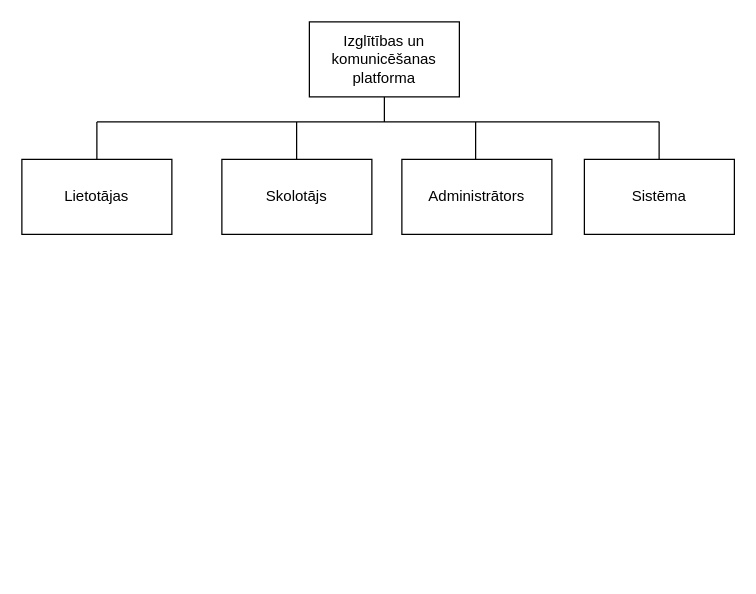
Above: Sistemas_strukturas_modelis.drawio in MaksimsVisockis01/diploms (draw.io), before the change. Source tidied: cells renumbered, new cells numbered last; positions are measured from the earlier drawing's top-left corner, leaving out a move shared by most shapes. Both pictures are drawn from the tidied source at 125%, with x=0, y=0 at pixel (21, 21).
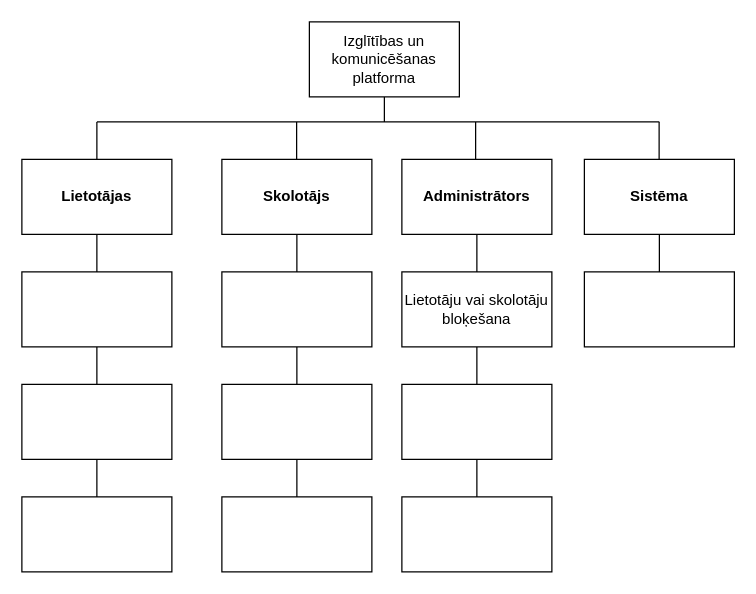
The same diagram, later.

The edit, as a diff of the source:
```diff
@@
-    <mxCell id="3" value="Lietotājas" style="rounded=0;whiteSpace=wrap;html=1;" parent="1" vertex="1">
+    <mxCell id="3" value="&lt;b&gt;Lietotājas&lt;/b&gt;" style="rounded=0;whiteSpace=wrap;html=1;" parent="1" vertex="1">
       <mxGeometry y="110" width="120" height="60" as="geometry" />
     </mxCell>
-    <mxCell id="4" value="Skolotājs" style="rounded=0;whiteSpace=wrap;html=1;" parent="1" vertex="1">
+    <mxCell id="4" value="&lt;b&gt;Skolotājs&lt;/b&gt;" style="rounded=0;whiteSpace=wrap;html=1;" parent="1" vertex="1">
       <mxGeometry x="160" y="110" width="120" height="60" as="geometry" />
     </mxCell>
-    <mxCell id="5" value="Administrātors" style="rounded=0;whiteSpace=wrap;html=1;" parent="1" vertex="1">
+    <mxCell id="5" value="&lt;b&gt;Administrātors&lt;/b&gt;" style="rounded=0;whiteSpace=wrap;html=1;" parent="1" vertex="1">
       <mxGeometry x="304" y="110" width="120" height="60" as="geometry" />
     </mxCell>
@@
-    <mxCell id="7" value="Sistēma" style="rounded=0;whiteSpace=wrap;html=1;" parent="1" vertex="1">
+    <mxCell id="7" value="&lt;b&gt;Sistēma&lt;/b&gt;" style="rounded=0;whiteSpace=wrap;html=1;" parent="1" vertex="1">
       <mxGeometry x="450" y="110" width="120" height="60" as="geometry" />
     </mxCell>
@@
+    <mxCell id="13" style="rounded=0;whiteSpace=wrap;html=1;" parent="1" vertex="1">
+      <mxGeometry y="200" width="120" height="60" as="geometry" />
+    </mxCell>
+    <mxCell id="14" style="endArrow=none;html=1;rounded=0;exitX=0.5;exitY=0;exitDx=0;exitDy=0;" parent="1" edge="1" source="13">
+      <mxGeometry relative="1" as="geometry">
+        <mxPoint x="60" y="170" as="targetPoint" />
+      </mxGeometry>
+    </mxCell>
+    <mxCell id="15" style="rounded=0;whiteSpace=wrap;html=1;" parent="1" vertex="1">
+      <mxGeometry y="290" width="120" height="60" as="geometry" />
+    </mxCell>
+    <mxCell id="16" style="endArrow=none;html=1;rounded=0;exitX=0.5;exitY=0;exitDx=0;exitDy=0;" parent="1" edge="1" source="15">
+      <mxGeometry relative="1" as="geometry">
+        <mxPoint x="60" y="260" as="targetPoint" />
+      </mxGeometry>
+    </mxCell>
+    <mxCell id="17" style="rounded=0;whiteSpace=wrap;html=1;" parent="1" vertex="1">
+      <mxGeometry y="380" width="120" height="60" as="geometry" />
+    </mxCell>
+    <mxCell id="18" style="endArrow=none;html=1;rounded=0;exitX=0.5;exitY=0;exitDx=0;exitDy=0;" parent="1" edge="1" source="17">
+      <mxGeometry relative="1" as="geometry">
+        <mxPoint x="60" y="350" as="targetPoint" />
+      </mxGeometry>
+    </mxCell>
+    <mxCell id="19" style="rounded=0;whiteSpace=wrap;html=1;" parent="1" vertex="1">
+      <mxGeometry x="160" y="200" width="120" height="60" as="geometry" />
+    </mxCell>
+    <mxCell id="20" style="endArrow=none;html=1;rounded=0;exitX=0.5;exitY=0;exitDx=0;exitDy=0;" parent="1" edge="1" source="19">
+      <mxGeometry relative="1" as="geometry">
+        <mxPoint x="220" y="170" as="targetPoint" />
+      </mxGeometry>
+    </mxCell>
+    <mxCell id="21" style="rounded=0;whiteSpace=wrap;html=1;" parent="1" vertex="1">
+      <mxGeometry x="160" y="290" width="120" height="60" as="geometry" />
+    </mxCell>
+    <mxCell id="22" style="endArrow=none;html=1;rounded=0;exitX=0.5;exitY=0;exitDx=0;exitDy=0;" parent="1" edge="1" source="21">
+      <mxGeometry relative="1" as="geometry">
+        <mxPoint x="220" y="260" as="targetPoint" />
+      </mxGeometry>
+    </mxCell>
+    <mxCell id="23" style="rounded=0;whiteSpace=wrap;html=1;" parent="1" vertex="1">
+      <mxGeometry x="160" y="380" width="120" height="60" as="geometry" />
+    </mxCell>
+    <mxCell id="24" style="endArrow=none;html=1;rounded=0;exitX=0.5;exitY=0;exitDx=0;exitDy=0;" parent="1" edge="1" source="23">
+      <mxGeometry relative="1" as="geometry">
+        <mxPoint x="220" y="350" as="targetPoint" />
+      </mxGeometry>
+    </mxCell>
+    <mxCell id="25" value="Lietotāju vai skolotāju bloķešana" style="rounded=0;whiteSpace=wrap;html=1;" parent="1" vertex="1">
+      <mxGeometry x="304" y="200" width="120" height="60" as="geometry" />
+    </mxCell>
+    <mxCell id="26" style="endArrow=none;html=1;rounded=0;exitX=0.5;exitY=0;exitDx=0;exitDy=0;" parent="1" edge="1" source="25">
+      <mxGeometry relative="1" as="geometry">
+        <mxPoint x="364" y="170" as="targetPoint" />
+      </mxGeometry>
+    </mxCell>
+    <mxCell id="27" style="rounded=0;whiteSpace=wrap;html=1;" parent="1" vertex="1">
+      <mxGeometry x="304" y="290" width="120" height="60" as="geometry" />
+    </mxCell>
+    <mxCell id="28" style="endArrow=none;html=1;rounded=0;exitX=0.5;exitY=0;exitDx=0;exitDy=0;" parent="1" edge="1" source="27">
+      <mxGeometry relative="1" as="geometry">
+        <mxPoint x="364" y="260" as="targetPoint" />
+      </mxGeometry>
+    </mxCell>
+    <mxCell id="29" style="rounded=0;whiteSpace=wrap;html=1;" parent="1" vertex="1">
+      <mxGeometry x="304" y="380" width="120" height="60" as="geometry" />
+    </mxCell>
+    <mxCell id="30" style="endArrow=none;html=1;rounded=0;exitX=0.5;exitY=0;exitDx=0;exitDy=0;" parent="1" edge="1" source="29">
+      <mxGeometry relative="1" as="geometry">
+        <mxPoint x="364" y="350" as="targetPoint" />
+      </mxGeometry>
+    </mxCell>
+    <mxCell id="31" style="rounded=0;whiteSpace=wrap;html=1;" parent="1" vertex="1">
+      <mxGeometry x="450" y="200" width="120" height="60" as="geometry" />
+    </mxCell>
+    <mxCell id="32" style="endArrow=none;html=1;rounded=0;exitX=0.5;exitY=0;exitDx=0;exitDy=0;" parent="1" edge="1" source="31">
+      <mxGeometry relative="1" as="geometry">
+        <mxPoint x="510" y="170" as="targetPoint" />
+      </mxGeometry>
+    </mxCell>
```
